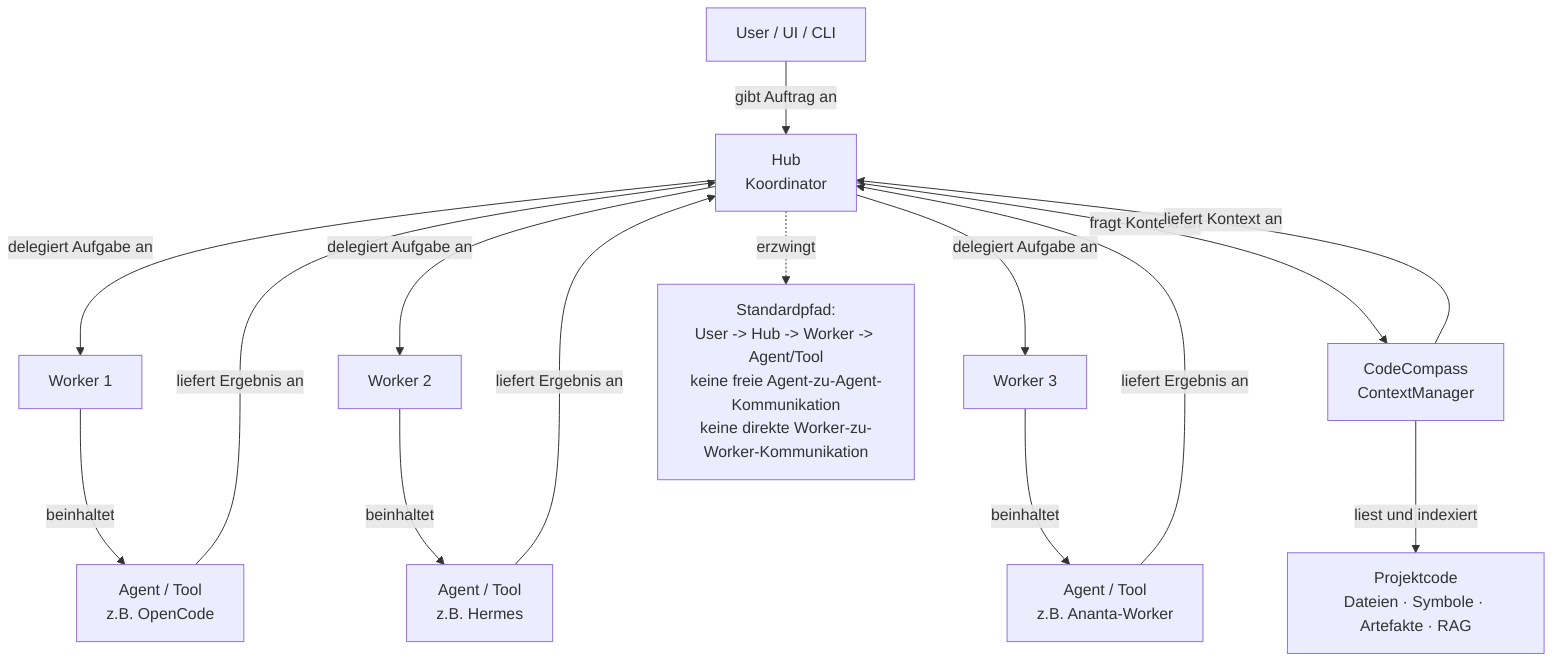
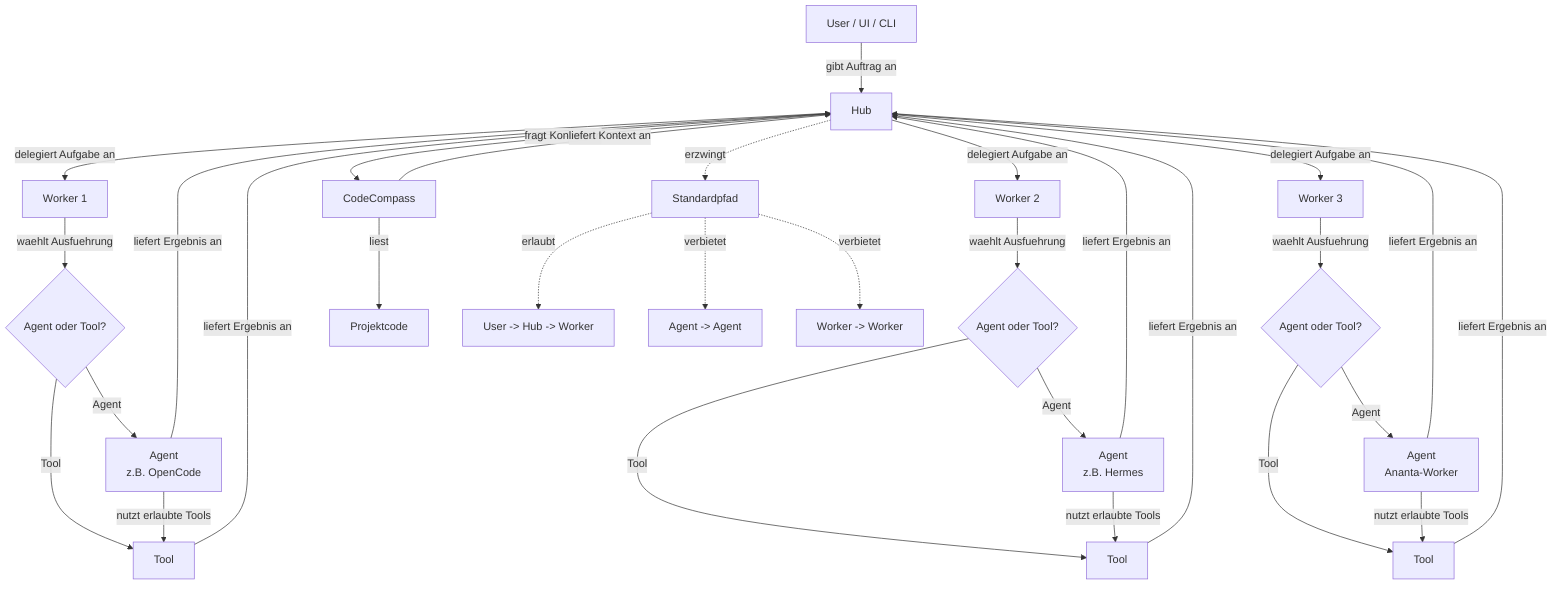
%% Ananta architecture - simple explanation for demos
- %% Die Pfeile sind bewusst als Satz lesbar.
- %% Beispiel: Hub delegiert Aufgaben an Worker.
+ %% Ziel: unmissverstaendlich, wenig Text, Pfeile als Satz lesbar.

flowchart TD
-     U["User / UI / CLI"] -->|"gibt Auftrag an"| H["Hub<br/>Koordinator"]
+     U["User / UI / CLI"] -->|"gibt Auftrag an"| H["Hub"]

    H -->|"delegiert Aufgabe an"| W1["Worker 1"]
    H -->|"delegiert Aufgabe an"| W2["Worker 2"]
    H -->|"delegiert Aufgabe an"| W3["Worker 3"]

-     W1 -->|"beinhaltet"| A1["Agent / Tool<br/>z.B. OpenCode"]
-     W2 -->|"beinhaltet"| A2["Agent / Tool<br/>z.B. Hermes"]
-     W3 -->|"beinhaltet"| A3["Agent / Tool<br/>z.B. Ananta-Worker"]
+     W1 -->|"waehlt Ausfuehrung"| D1{"Agent oder Tool?"}
+     W2 -->|"waehlt Ausfuehrung"| D2{"Agent oder Tool?"}
+     W3 -->|"waehlt Ausfuehrung"| D3{"Agent oder Tool?"}

-     H -->|"fragt Kontext an"| CC["CodeCompass<br/>ContextManager"]
-     CC -->|"liefert Kontext an"| H
-     CC -->|"liest und indexiert"| SRC["Projektcode<br/>Dateien · Symbole · Artefakte · RAG"]
+     D1 -->|"Agent"| A1["Agent<br/>z.B. OpenCode"]
+     D1 -->|"Tool"| T1["Tool"]
+ 
+     D2 -->|"Agent"| A2["Agent<br/>z.B. Hermes"]
+     D2 -->|"Tool"| T2["Tool"]
+ 
+     D3 -->|"Agent"| A3["Agent<br/>Ananta-Worker"]
+     D3 -->|"Tool"| T3["Tool"]
+ 
+     A1 -->|"nutzt erlaubte Tools"| T1
+     A2 -->|"nutzt erlaubte Tools"| T2
+     A3 -->|"nutzt erlaubte Tools"| T3

    A1 -->|"liefert Ergebnis an"| H
    A2 -->|"liefert Ergebnis an"| H
    A3 -->|"liefert Ergebnis an"| H
+     T1 -->|"liefert Ergebnis an"| H
+     T2 -->|"liefert Ergebnis an"| H
+     T3 -->|"liefert Ergebnis an"| H

-     H -.->|"erzwingt"| RULE["Standardpfad:<br/>User -> Hub -> Worker -> Agent/Tool<br/>keine freie Agent-zu-Agent-Kommunikation<br/>keine direkte Worker-zu-Worker-Kommunikation"]
+     H -->|"fragt Kontext an"| CC["CodeCompass"]
+     CC -->|"liefert Kontext an"| H
+     CC -->|"liest"| SRC["Projektcode"]
+ 
+     H -.->|"erzwingt"| P["Standardpfad"]
+     P -.->|"erlaubt"| PATH["User -> Hub -> Worker"]
+     P -.->|"verbietet"| AA["Agent -> Agent"]
+     P -.->|"verbietet"| WW["Worker -> Worker"]
